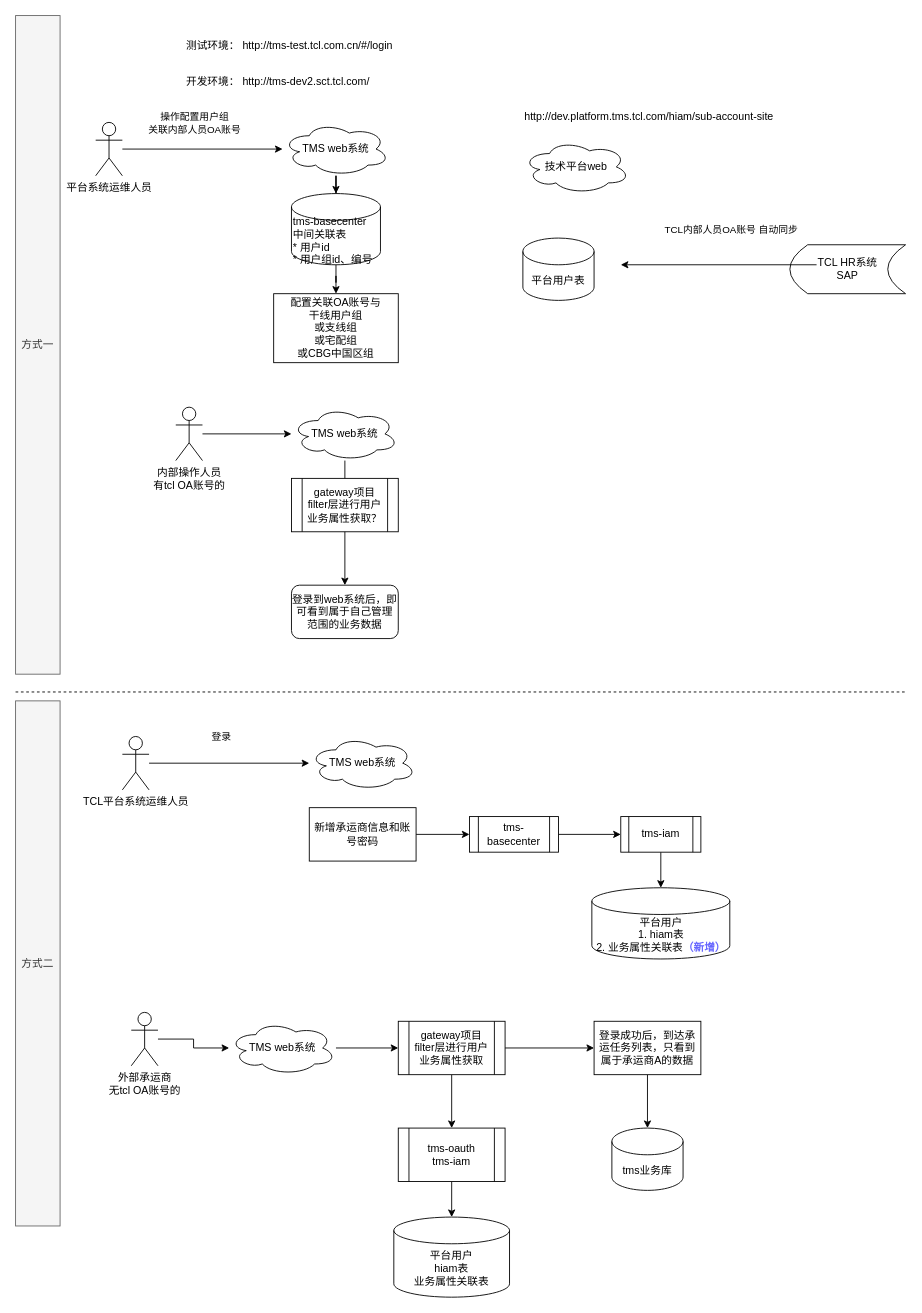
Above: page "用户数据权限" (10 of 10) of TMS.drawio in lawplus/diagrams (draw.io), before the change. Source tidied: cells renumbered, new cells numbered last; positions are measured from the earlier drawing's top-left corner, leaving out a move shared by most shapes. Both pictures are drawn from the tidied source at 89%, with x=0, y=0 at pixel (15, 15).
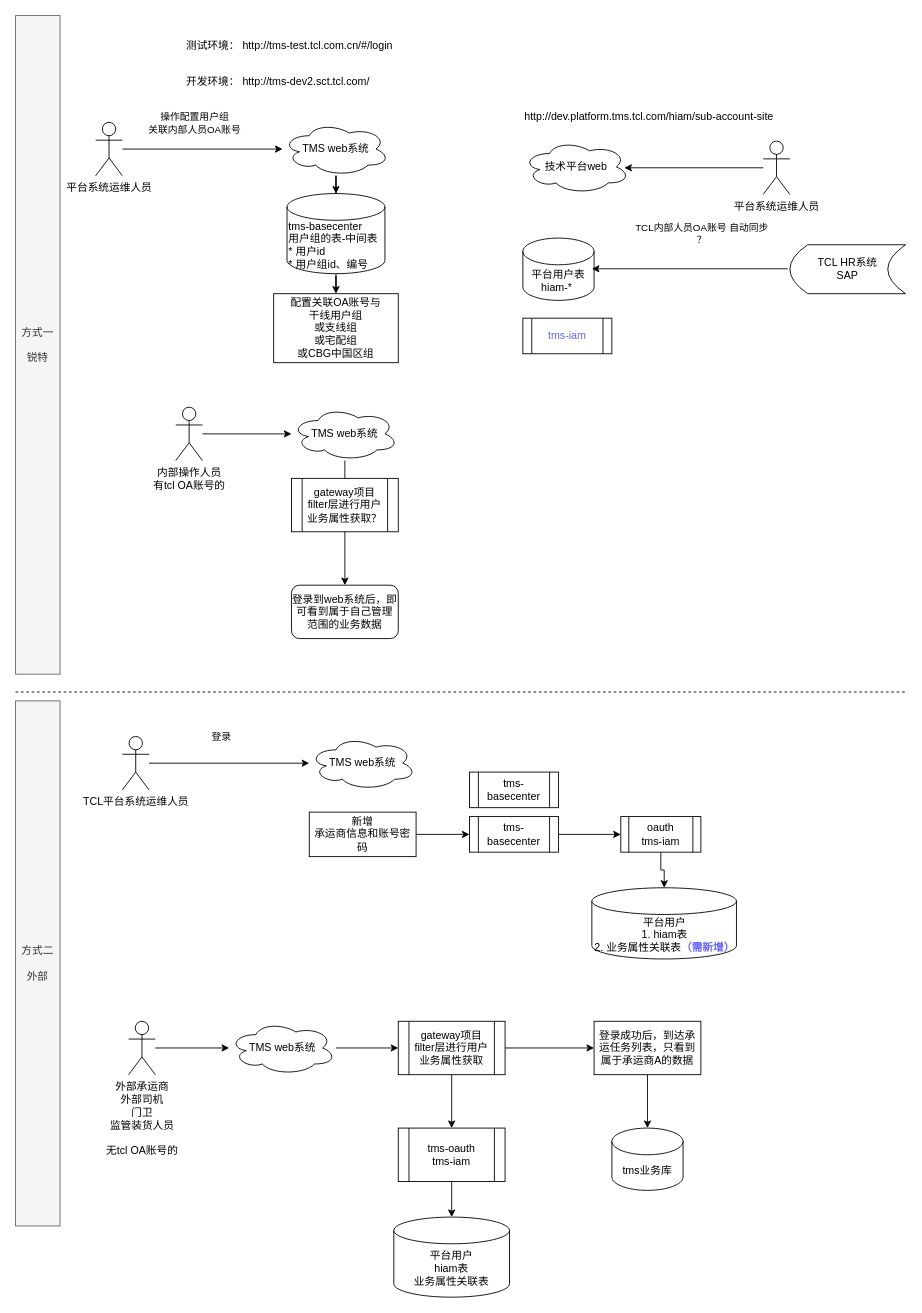
After the change.

Unchanged cells that the change refers to:
```xml
<mxCell id="3" value="技术平台web" style="ellipse;shape=cloud;whiteSpace=wrap;html=1;" parent="1" vertex="1">
  <mxGeometry x="570" y="140" width="120" height="60" as="geometry" />
</mxCell>
```

The edit, as a diff of the source:
```diff
@@
-    <mxCell id="2" value="平台用户表" style="shape=cylinder3;whiteSpace=wrap;html=1;boundedLbl=1;backgroundOutline=1;size=15;" parent="1" vertex="1">
+    <mxCell id="2" value="平台用户表&lt;br&gt;hiam-*&amp;nbsp;" style="shape=cylinder3;whiteSpace=wrap;html=1;boundedLbl=1;backgroundOutline=1;size=15;" parent="1" vertex="1">
       <mxGeometry x="570" y="250" width="80" height="70" as="geometry" />
     </mxCell>
@@
     <mxCell id="5" style="endArrow=classic;html=1;rounded=0;entryX=1;entryY=0.5;entryDx=0;entryDy=0;entryPerimeter=0;" parent="1" edge="1">
       <mxGeometry relative="1" as="geometry">
-        <mxPoint x="900" y="280" as="sourcePoint" />
-        <mxPoint x="680" y="280" as="targetPoint" />
+        <mxPoint x="867.5" y="284.5" as="sourcePoint" />
+        <mxPoint x="647.5" y="284.5" as="targetPoint" />
       </mxGeometry>
     </mxCell>
-    <mxCell id="6" value="TCL内部人员OA账号 自动同步" style="edgeLabel;html=1;align=center;verticalAlign=middle;" parent="5" vertex="1">
+    <mxCell id="6" value="TCL内部人员OA账号 自动同步&lt;br&gt;？" style="edgeLabel;html=1;align=center;verticalAlign=middle;" parent="5" vertex="1">
       <mxGeometry x="-0.48" relative="1" as="geometry">
         <mxPoint x="-40" y="-40" as="offset" />
       </mxGeometry>
     </mxCell>
@@
-    <mxCell id="11" value="tms-basecenter&lt;br&gt;中间关联表&lt;br&gt;* 用户id&lt;br&gt;* 用户组id、编号" style="shape=cylinder3;whiteSpace=wrap;html=1;boundedLbl=1;backgroundOutline=1;size=15;align=left;" parent="1" vertex="1">
-      <mxGeometry x="310" y="200" width="100" height="80" as="geometry" />
+    <mxCell id="11" value="tms-basecenter&lt;br&gt;用户组的表-中间表&lt;br&gt;* 用户id&lt;br&gt;* 用户组id、编号" style="shape=cylinder3;whiteSpace=wrap;html=1;boundedLbl=1;backgroundOutline=1;size=15;align=left;" parent="1" vertex="1">
+      <mxGeometry x="305" y="200" width="110" height="90" as="geometry" />
     </mxCell>
@@
-    <mxCell id="25" value="外部承运商&lt;br&gt;无tcl OA账号的" style="shape=umlActor;verticalLabelPosition=bottom;verticalAlign=top;html=1;outlineConnect=0;" parent="1" vertex="1">
-      <mxGeometry x="130" y="1120" width="30" height="60" as="geometry" />
+    <mxCell id="25" value="外部承运商&lt;br&gt;外部司机&lt;br&gt;门卫&lt;br&gt;监管装货人员&lt;br&gt;&lt;br&gt;无tcl OA账号的" style="shape=umlActor;verticalLabelPosition=bottom;verticalAlign=top;html=1;outlineConnect=0;" parent="1" vertex="1">
+      <mxGeometry x="127" y="1130" width="30" height="60" as="geometry" />
     </mxCell>
@@
-    <mxCell id="38" value="方式一" style="rounded=0;whiteSpace=wrap;html=1;fillColor=#f5f5f5;fontColor=#333333;strokeColor=#666666;" parent="1" vertex="1">
+    <mxCell id="38" value="方式一&lt;br&gt;&lt;br&gt;锐特" style="rounded=0;whiteSpace=wrap;html=1;fillColor=#f5f5f5;fontColor=#333333;strokeColor=#666666;" parent="1" vertex="1">
       <mxGeometry width="50" height="740" as="geometry" />
     </mxCell>
-    <mxCell id="39" value="方式二" style="rounded=0;whiteSpace=wrap;html=1;fillColor=#f5f5f5;fontColor=#333333;strokeColor=#666666;" parent="1" vertex="1">
+    <mxCell id="39" value="方式二&lt;br&gt;&lt;br&gt;外部" style="rounded=0;whiteSpace=wrap;html=1;fillColor=#f5f5f5;fontColor=#333333;strokeColor=#666666;" parent="1" vertex="1">
       <mxGeometry y="770" width="50" height="590" as="geometry" />
     </mxCell>
@@
-    <mxCell id="45" value="新增承运商信息和账号密码" style="rounded=0;whiteSpace=wrap;html=1;" parent="1" vertex="1">
-      <mxGeometry x="330" y="890" width="120" height="60" as="geometry" />
+    <mxCell id="45" value="新增&lt;br&gt;承运商信息和账号密码" style="rounded=0;whiteSpace=wrap;html=1;" parent="1" vertex="1">
+      <mxGeometry x="330" y="895" width="120" height="50" as="geometry" />
     </mxCell>
-    <mxCell id="46" value="平台用户&lt;br&gt;1. hiam表&lt;br&gt;2. 业务属性关联表&lt;b&gt;&lt;font color=&quot;#6666ff&quot;&gt;（新增）&lt;/font&gt;&lt;/b&gt;" style="shape=cylinder3;whiteSpace=wrap;html=1;boundedLbl=1;backgroundOutline=1;size=15;" parent="1" vertex="1">
-      <mxGeometry x="647.5" y="980" width="155" height="80" as="geometry" />
+    <mxCell id="46" value="平台用户&lt;br&gt;1. hiam表&lt;br&gt;2. 业务属性关联表&lt;b&gt;&lt;font color=&quot;#6666ff&quot;&gt;（需新增）&lt;/font&gt;&lt;/b&gt;" style="shape=cylinder3;whiteSpace=wrap;html=1;boundedLbl=1;backgroundOutline=1;size=15;" parent="1" vertex="1">
+      <mxGeometry x="647.5" y="980" width="162.5" height="80" as="geometry" />
     </mxCell>
@@
-    <mxCell id="50" value="tms-iam" style="shape=process;whiteSpace=wrap;html=1;backgroundOutline=1;" parent="1" vertex="1">
+    <mxCell id="50" value="oauth&lt;br&gt;tms-iam" style="shape=process;whiteSpace=wrap;html=1;backgroundOutline=1;" parent="1" vertex="1">
       <mxGeometry x="680" y="900" width="90" height="40" as="geometry" />
     </mxCell>
+    <mxCell id="51" value="tms-iam" style="shape=process;whiteSpace=wrap;html=1;backgroundOutline=1;fontColor=#6666FF;" parent="1" vertex="1">
+      <mxGeometry x="570" y="340" width="100" height="40" as="geometry" />
+    </mxCell>
+    <mxCell id="52" value="tms-basecenter" style="shape=process;whiteSpace=wrap;html=1;backgroundOutline=1;" parent="1" vertex="1">
+      <mxGeometry x="510" y="850" width="100" height="40" as="geometry" />
+    </mxCell>
+    <mxCell id="53" style="edgeStyle=orthogonalEdgeStyle;rounded=0;jettySize=auto;html=1;fontColor=#6666FF;entryX=0.95;entryY=0.517;entryDx=0;entryDy=0;entryPerimeter=0;" parent="1" edge="1" source="54" target="3">
+      <mxGeometry relative="1" as="geometry" />
+    </mxCell>
+    <mxCell id="54" value="平台系统运维人员" style="shape=umlActor;verticalLabelPosition=bottom;verticalAlign=top;html=1;outlineConnect=0;" parent="1" vertex="1">
+      <mxGeometry x="840" y="141" width="30" height="60" as="geometry" />
+    </mxCell>
```
